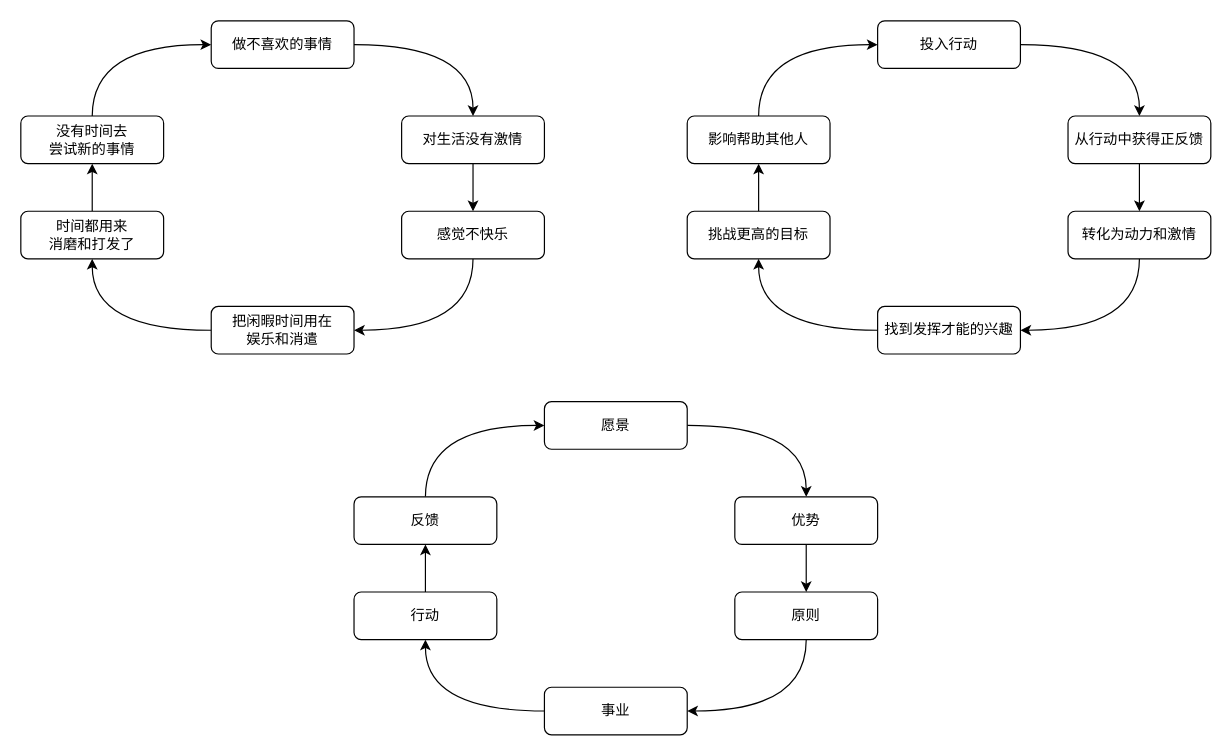
Before: 事业圈&颓废圈.drawio in youyusan/life_system, a draw.io diagram. Source tidied: cells renumbered, new cells numbered last; positions are measured from the earlier drawing's top-left corner, leaving out a move shared by most shapes. Both pictures are drawn from the tidied source at 119%, with x=0, y=0 at pixel (20, 20).
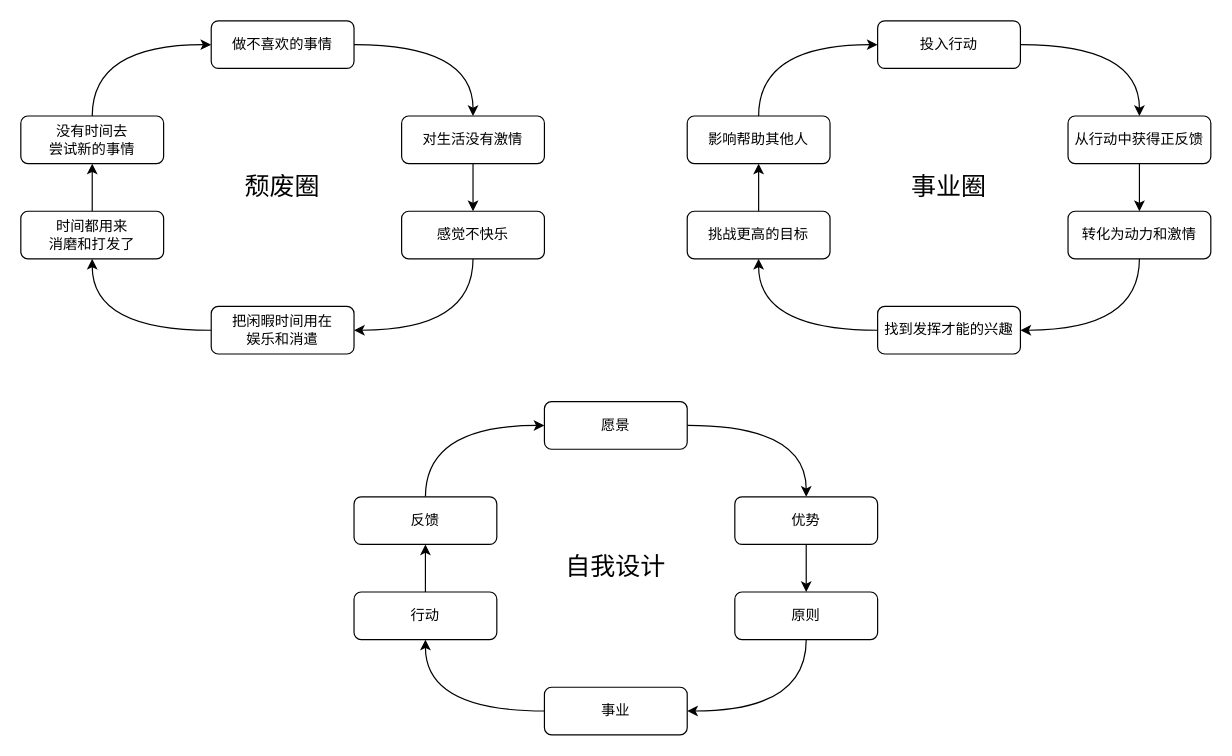
Above is the later version.

Commit message:
更新事业圈&颓废圈.drawio

Diff of the diagram source:
```diff
@@
+    <mxCell id="38" value="&lt;span style=&quot;font-size: 21px;&quot;&gt;颓废圈&lt;/span&gt;" style="text;html=1;align=center;verticalAlign=middle;whiteSpace=wrap;rounded=0;fontFamily=Helvetica;fontSize=11;fontColor=default;labelBackgroundColor=default;" parent="1" vertex="1">
+      <mxGeometry x="180" y="124" width="80" height="30" as="geometry" />
+    </mxCell>
+    <mxCell id="39" value="&lt;span style=&quot;font-size: 21px;&quot;&gt;事业圈&lt;/span&gt;" style="text;html=1;align=center;verticalAlign=middle;whiteSpace=wrap;rounded=0;fontFamily=Helvetica;fontSize=11;fontColor=default;labelBackgroundColor=default;" parent="1" vertex="1">
+      <mxGeometry x="740" y="124" width="80" height="30" as="geometry" />
+    </mxCell>
+    <mxCell id="40" value="&lt;span style=&quot;font-size: 21px;&quot;&gt;自我设计&lt;/span&gt;" style="text;html=1;align=center;verticalAlign=middle;whiteSpace=wrap;rounded=0;fontFamily=Helvetica;fontSize=11;fontColor=default;labelBackgroundColor=default;" parent="1" vertex="1">
+      <mxGeometry x="455" y="443" width="90" height="30" as="geometry" />
+    </mxCell>
```
